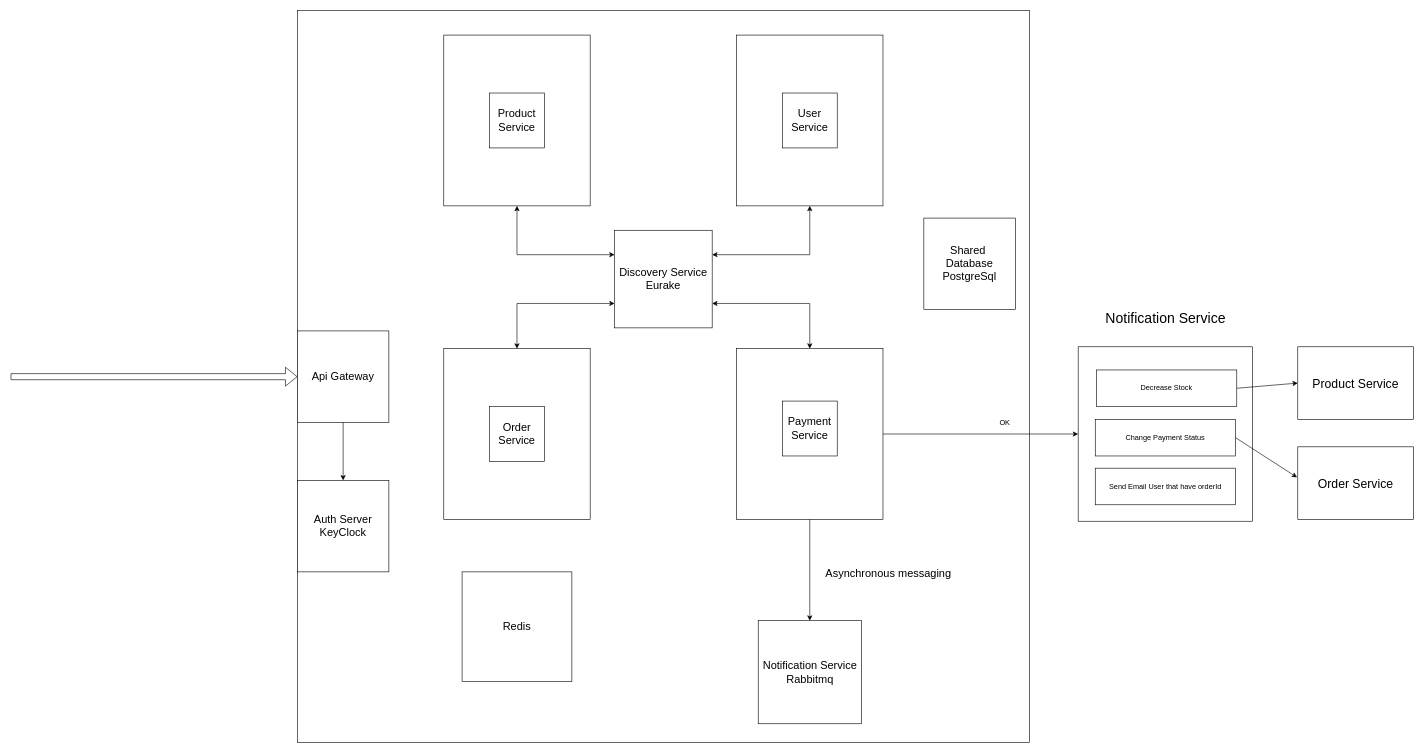
The draw.io diagram Task-4.drawio in ismailcet/Ecommerce-Microservices, before the edit. Source tidied: cells renumbered, new cells numbered last; positions are measured from the earlier drawing's top-left corner, leaving out a move shared by most shapes. Both pictures are drawn from the tidied source at 61%, with x=0, y=0 at pixel (10, 10).
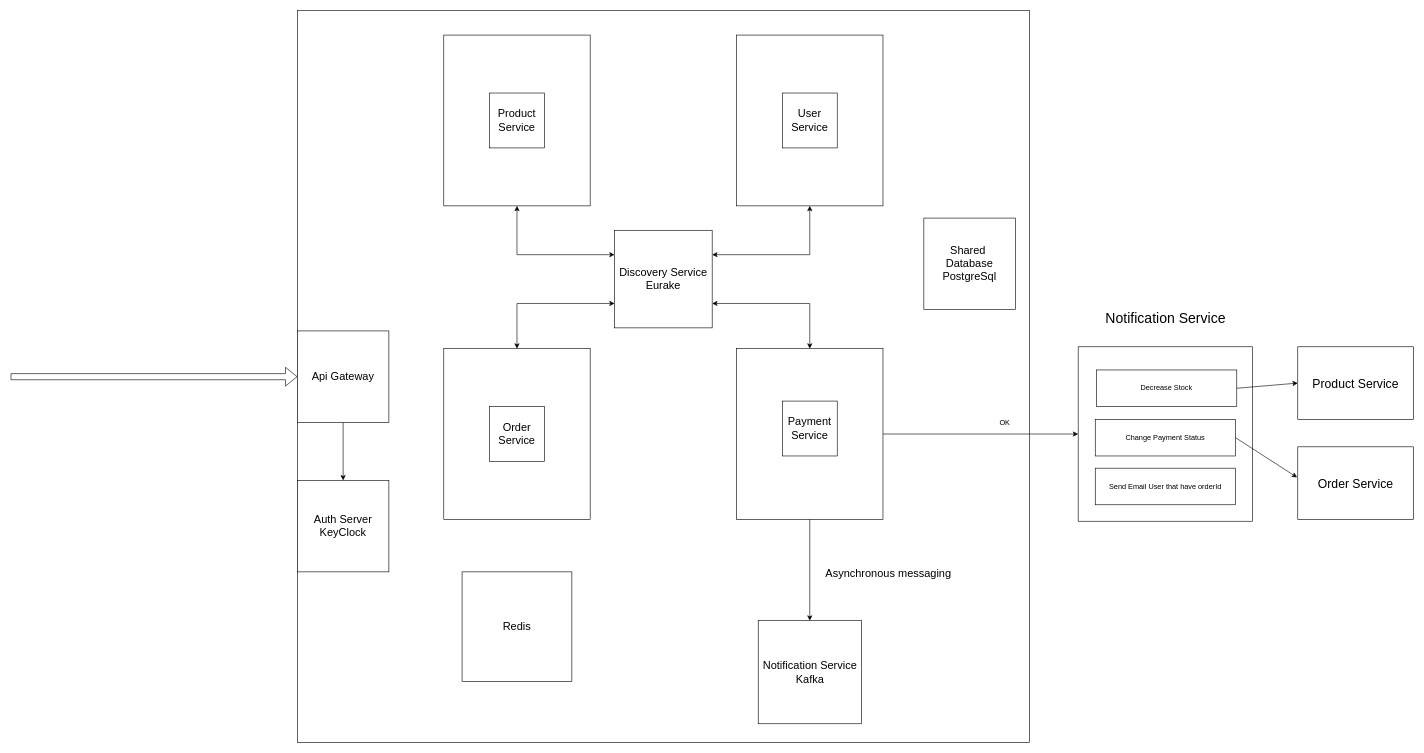
The same diagram, later.

The edit, as a diff of the source:
```diff
@@
-    <mxCell id="13" value="&lt;font style=&quot;font-size: 18px;&quot;&gt;Notification Service&lt;br&gt;Rabbitmq&lt;/font&gt;" style="whiteSpace=wrap;html=1;" parent="1" vertex="1">
+    <mxCell id="13" value="&lt;font style=&quot;font-size: 18px;&quot;&gt;Notification Service&lt;br&gt;Kafka&lt;/font&gt;" style="whiteSpace=wrap;html=1;" parent="1" vertex="1">
       <mxGeometry x="1225.5" y="1000" width="169" height="169" as="geometry" />
     </mxCell>
```
